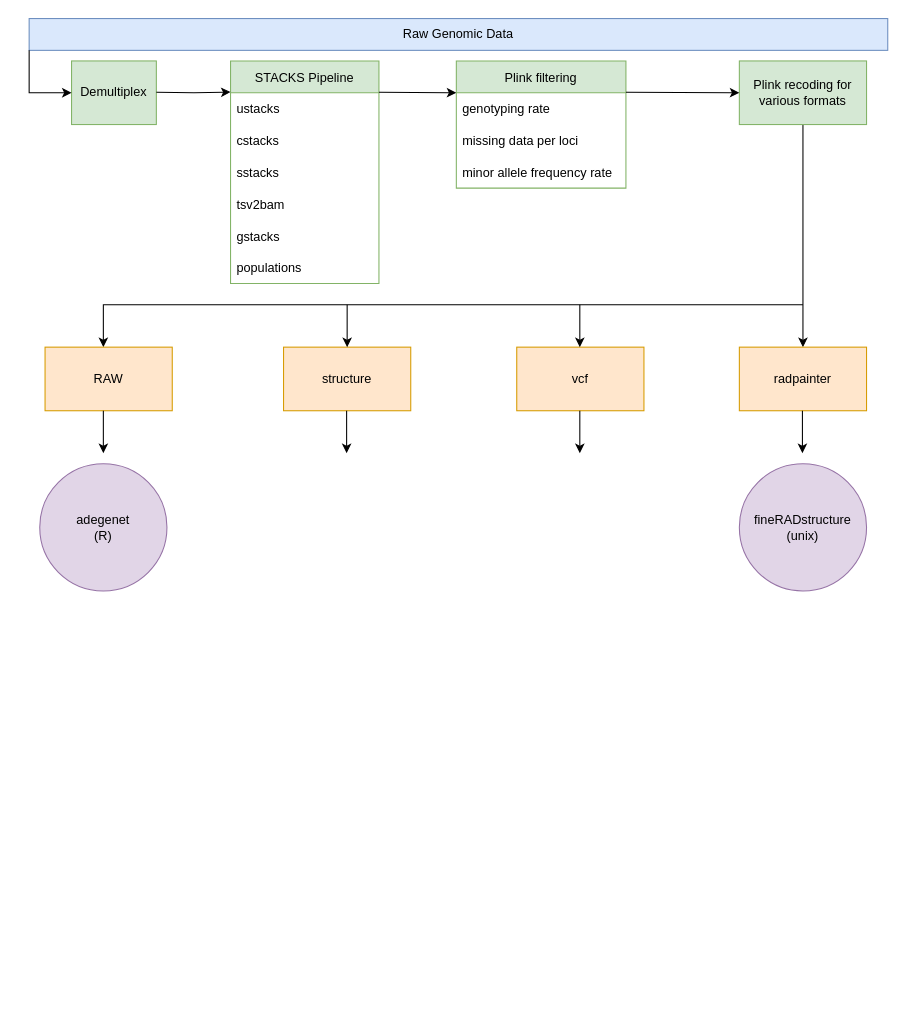
This is figs/Untitled Diagram.drawio from rhyacotritonriot/toivo, a draw.io file, before an edit. Source tidied: cells renumbered, new cells numbered last; positions are measured from the earlier drawing's top-left corner, leaving out a move shared by most shapes. Both pictures are drawn from the tidied source at 106%, with x=0, y=0 at pixel (29, 18).
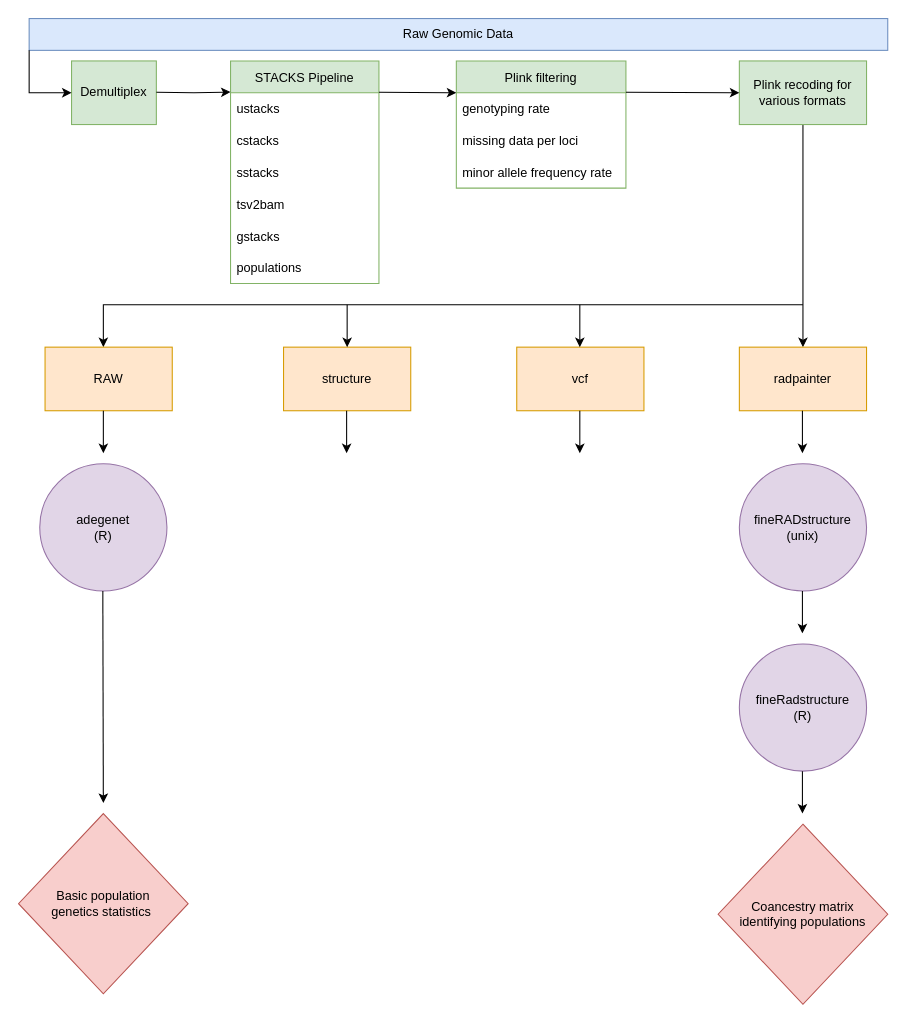
Above is the later version.

What changed in the source:
```diff
@@
+    <mxCell id="34" value="fineRadstructure&lt;br&gt;(R)" style="ellipse;whiteSpace=wrap;html=1;fillColor=#e1d5e7;strokeColor=#9673a6;" parent="1" vertex="1">
+      <mxGeometry x="670" y="590" width="120" height="120" as="geometry" />
+    </mxCell>
+    <mxCell id="35" style="endArrow=classic;html=1;rounded=0;" parent="1" edge="1">
+      <mxGeometry relative="1" as="geometry">
+        <mxPoint x="729.5" y="540" as="sourcePoint" />
+        <mxPoint x="729.5" y="580" as="targetPoint" />
+      </mxGeometry>
+    </mxCell>
+    <mxCell id="36" style="endArrow=classic;html=1;rounded=0;" parent="1" edge="1">
+      <mxGeometry relative="1" as="geometry">
+        <mxPoint x="729.5" y="710" as="sourcePoint" />
+        <mxPoint x="729.5" y="750" as="targetPoint" />
+      </mxGeometry>
+    </mxCell>
+    <mxCell id="37" value="Coancestry matrix &lt;br&gt;identifying populations" style="rhombus;whiteSpace=wrap;html=1;fillColor=#f8cecc;strokeColor=#b85450;" parent="1" vertex="1">
+      <mxGeometry x="650" y="760" width="160" height="170" as="geometry" />
+    </mxCell>
+    <mxCell id="38" value="Basic population &lt;br&gt;genetics statistics&amp;nbsp;" style="rhombus;whiteSpace=wrap;html=1;fillColor=#f8cecc;strokeColor=#b85450;" parent="1" vertex="1">
+      <mxGeometry x="-10" y="750" width="160" height="170" as="geometry" />
+    </mxCell>
+    <mxCell id="39" style="endArrow=classic;html=1;rounded=0;" parent="1" edge="1">
+      <mxGeometry relative="1" as="geometry">
+        <mxPoint x="69.5" y="540" as="sourcePoint" />
+        <mxPoint x="70" y="740" as="targetPoint" />
+      </mxGeometry>
+    </mxCell>
```
